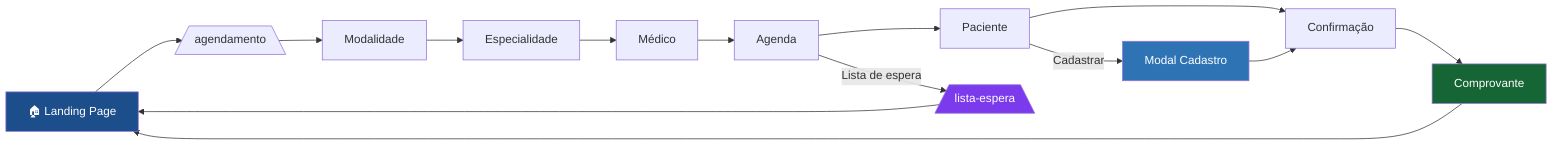
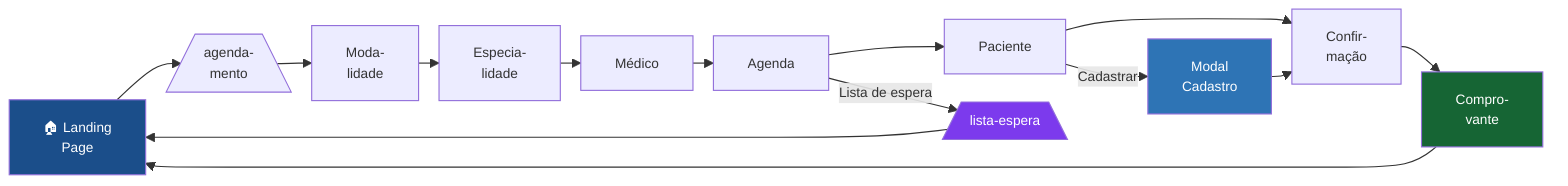
+ %%{init: {'flowchart': {'nodeSpacing': 12, 'rankSpacing': 18}, 'themeVariables': {'fontSize': '12px'}}}%%
flowchart LR
-     HOME[🏠 Landing Page] --> AG[/agendamento\]
-     AG --> E1[Modalidade]
-     E1 --> E2[Especialidade]
+     HOME[🏠 Landing<br/>Page] --> AG[/agenda-\nmento\]
+     AG --> E1[Moda-\nlidade]
+     E1 --> E2[Especia-\nlidade]
    E2 --> E3[Médico]
    E3 --> E4[Agenda]
    E4 --> E5[Paciente]
-     E5 --> E6[Confirmação]
-     E6 --> E7[Comprovante]
+     E5 --> E6[Confir-\nmação]
+     E6 --> E7[Compro-\nvante]
    E7 --> HOME

    E4 -->|Lista de espera| LE[/lista-espera\]
    LE --> HOME

-     E5 -->|Cadastrar| MODAL[Modal Cadastro]
+     E5 -->|Cadastrar| MODAL[Modal<br/>Cadastro]
    MODAL --> E6

    style HOME fill:#1B4E8A,color:#fff
    style E7 fill:#166534,color:#fff
    style LE fill:#7C3AED,color:#fff
    style MODAL fill:#2E74B5,color:#fff
